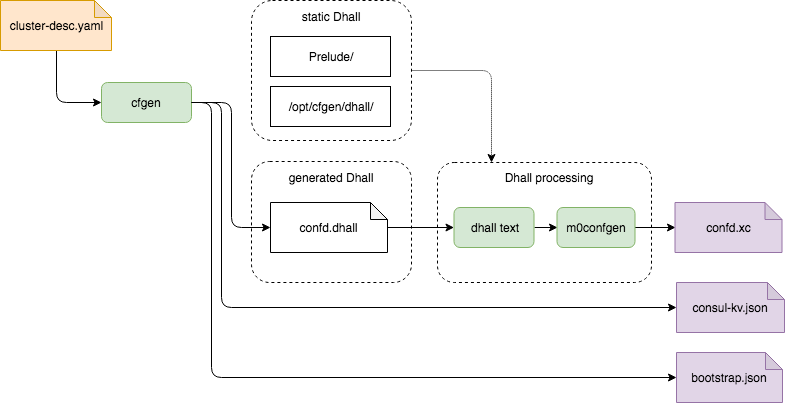
The draw.io diagram rfc/3/cfgen.png in Seagate/cortx-hare, before a commit. Source tidied: cells renumbered, new cells last; positions are measured from the earlier drawing's top-left corner, leaving out a move shared by most shapes.
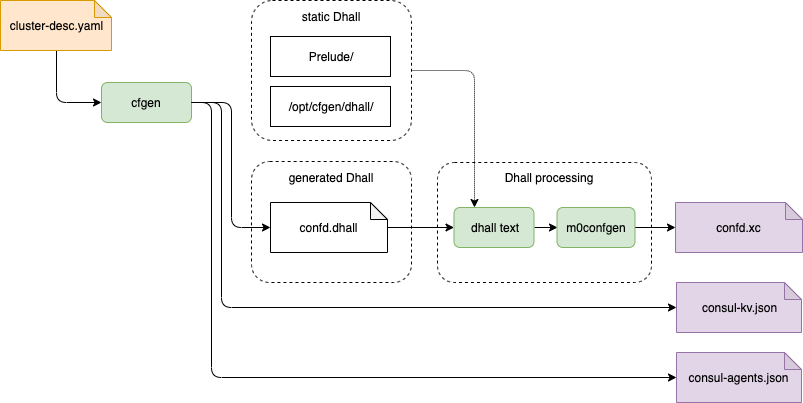
After the commit.

Commit message:
Problem: cfgen doesn't generate Consul IP addresses

What changed in the source:
```diff
@@ -2,7 +2,10 @@
   <root>
     <mxCell id="0" />
     <mxCell id="1" parent="0" />
+    <mxCell id="5" style="rounded=1;whiteSpace=wrap;html=1;arcSize=14;dashed=1;" parent="1" vertex="1">
+      <mxGeometry x="437" y="162" width="214" height="120" as="geometry" />
+    </mxCell>
-    <mxCell id="2" style="edgeStyle=orthogonalEdgeStyle;rounded=1;jettySize=auto;html=1;exitX=1;exitY=0.5;exitDx=0;exitDy=0;entryX=0.25;entryY=0;entryDx=0;entryDy=0;startArrow=none;startFill=0;endArrow=classic;endFill=1;dashed=1;dashPattern=1 1;" parent="1" edge="1" source="3" target="5">
+    <mxCell id="2" style="edgeStyle=orthogonalEdgeStyle;rounded=1;jettySize=auto;html=1;exitX=1;exitY=0.5;exitDx=0;exitDy=0;entryX=0.25;entryY=0;entryDx=0;entryDy=0;startArrow=none;startFill=0;endArrow=classic;endFill=1;dashed=1;dashPattern=1 1;" parent="1" edge="1" source="3" target="10">
       <mxGeometry relative="1" as="geometry" />
     </mxCell>
     <mxCell id="3" style="rounded=1;whiteSpace=wrap;html=1;dashed=1;" parent="1" vertex="1">
@@ -11,9 +14,6 @@
     <mxCell id="4" value="static Dhall" style="text;html=1;strokeColor=none;fillColor=none;align=center;verticalAlign=middle;whiteSpace=wrap;rounded=0;" parent="1" vertex="1">
       <mxGeometry x="245" y="6" width="170" height="20" as="geometry" />
     </mxCell>
-    <mxCell id="5" style="rounded=1;whiteSpace=wrap;html=1;arcSize=14;dashed=1;" parent="1" vertex="1">
-      <mxGeometry x="437" y="162" width="214" height="120" as="geometry" />
-    </mxCell>
     <mxCell id="6" style="rounded=1;whiteSpace=wrap;html=1;dashed=1;" parent="1" vertex="1">
       <mxGeometry x="251" y="161" width="160" height="121" as="geometry" />
     </mxCell>
@@ -56,13 +56,13 @@
       <mxGeometry x="245" y="167" width="170" height="20" as="geometry" />
     </mxCell>
     <mxCell id="18" value="confd.xc" style="shape=note;whiteSpace=wrap;html=1;backgroundOutline=1;darkOpacity=0.05;size=17;fillColor=#e1d5e7;strokeColor=#9673a6;" parent="1" vertex="1">
-      <mxGeometry x="674.5" y="202" width="107" height="50" as="geometry" />
+      <mxGeometry x="675" y="202" width="127" height="50" as="geometry" />
     </mxCell>
     <mxCell id="19" value="consul-kv.json" style="shape=note;whiteSpace=wrap;html=1;backgroundOutline=1;darkOpacity=0.05;size=17;fillColor=#e1d5e7;strokeColor=#9673a6;" parent="1" vertex="1">
-      <mxGeometry x="676" y="282" width="108" height="50" as="geometry" />
+      <mxGeometry x="676" y="282" width="125" height="50" as="geometry" />
     </mxCell>
-    <mxCell id="20" value="bootstrap.json" style="shape=note;whiteSpace=wrap;html=1;backgroundOutline=1;darkOpacity=0.05;size=17;fillColor=#e1d5e7;strokeColor=#9673a6;" parent="1" vertex="1">
-      <mxGeometry x="676" y="352" width="106" height="50" as="geometry" />
+    <mxCell id="20" value="consul-agents.json" style="shape=note;whiteSpace=wrap;html=1;backgroundOutline=1;darkOpacity=0.05;size=17;fillColor=#e1d5e7;strokeColor=#9673a6;" parent="1" vertex="1">
+      <mxGeometry x="676" y="352" width="125" height="50" as="geometry" />
     </mxCell>
     <mxCell id="21" value="Prelude/" style="rounded=0;whiteSpace=wrap;html=1;" parent="1" vertex="1">
       <mxGeometry x="270" y="36" width="120" height="40" as="geometry" />
```
